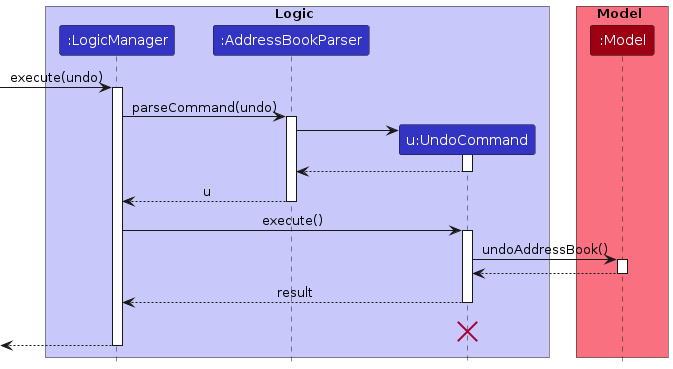
The PlantUML diagram diagrams/UndoSequenceDiagram-Logic.png in AY2627S1-CS2103T-W08-1/tp, before a commit. Its source is kept beside it as diagrams/UndoSequenceDiagram-Logic.puml. Its diagram source:
```plantuml
@startuml
!include style.puml
skinparam ArrowFontStyle plain

box Logic LOGIC_COLOR_T1
participant ":LogicManager" as LogicManager LOGIC_COLOR
participant ":AddressBookParser" as AddressBookParser LOGIC_COLOR
participant "u:UndoCommand" as UndoCommand LOGIC_COLOR
end box

box Model MODEL_COLOR_T1
participant ":Model" as Model MODEL_COLOR
end box
[-> LogicManager : execute(undo)
activate LogicManager

LogicManager -> AddressBookParser : parseCommand(undo)
activate AddressBookParser

create UndoCommand
AddressBookParser -> UndoCommand
activate UndoCommand

UndoCommand --> AddressBookParser
deactivate UndoCommand

AddressBookParser --> LogicManager : u
deactivate AddressBookParser

LogicManager -> UndoCommand : execute()
activate UndoCommand

UndoCommand -> Model : undoAddressBook()
activate Model

Model --> UndoCommand
deactivate Model

UndoCommand --> LogicManager : result
deactivate UndoCommand
UndoCommand -[hidden]-> LogicManager : result
destroy UndoCommand

[<--LogicManager
deactivate LogicManager
@enduml
```
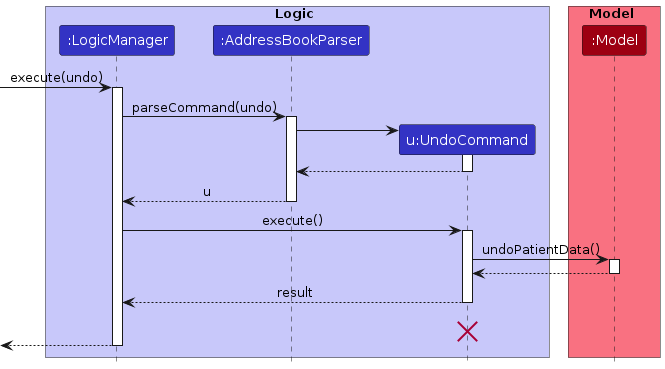
Later version of the same file.

Diff of the diagram source:
```diff
@@ -30,7 +30,7 @@
 LogicManager -> UndoCommand : execute()
 activate UndoCommand
 
-UndoCommand -> Model : undoAddressBook()
+UndoCommand -> Model : undoPatientData()
 activate Model
 
 Model --> UndoCommand
```
